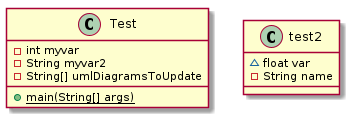
Before: docs/uml/test2.png, a diagram exported from PlantUML (andrewdimmer/csi-3370-software-project-config-test).
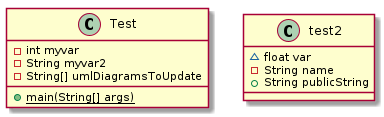
Above is the later version.

Commit message:
Generate SVG and PNG images for PlantUML diagrams

What changed in the source:
```diff
@@ -12,6 +12,7 @@
 class test2 {
     ~ float var
     - String name
+    + String publicString
 }
 
 @enduml
```
